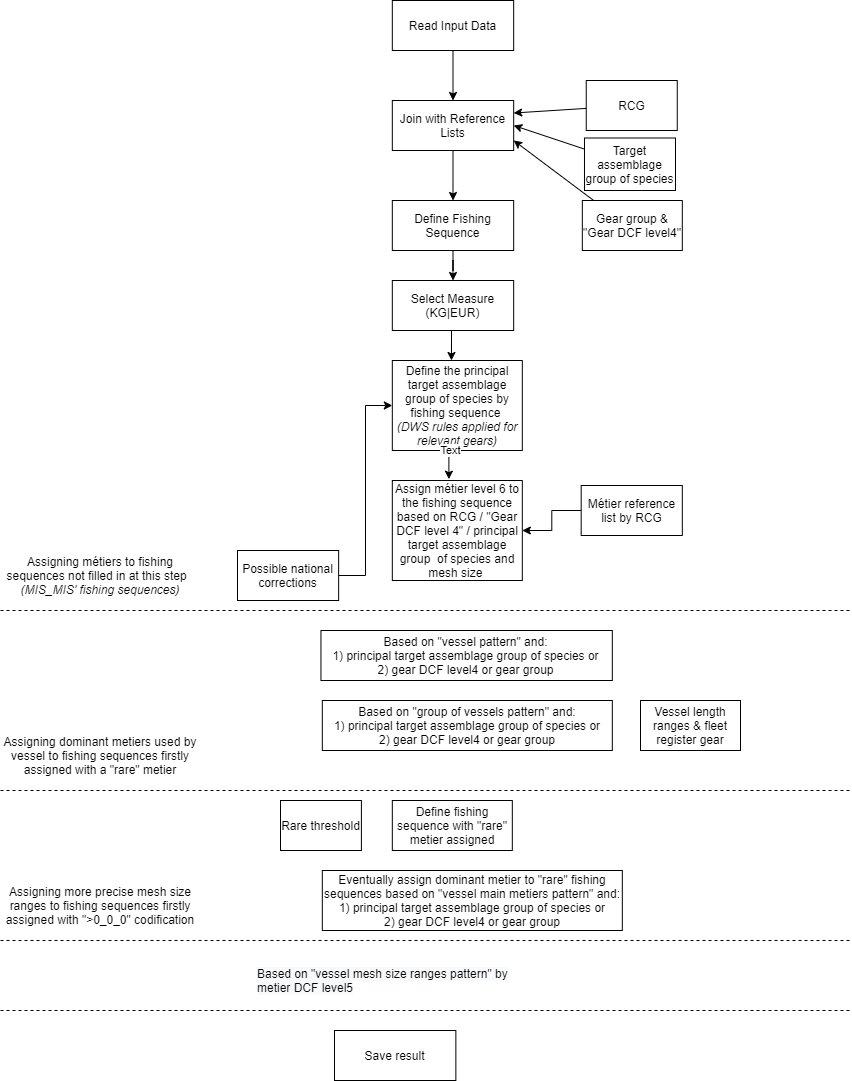
Earlier version of the draw.io export Metiers/Scripts/Manual/Metier_Workflow2.png (ices-eg/RCGs). Source tidied: cells renumbered, new cells last; positions are measured from the earlier drawing's top-left corner, leaving out a move shared by most shapes.
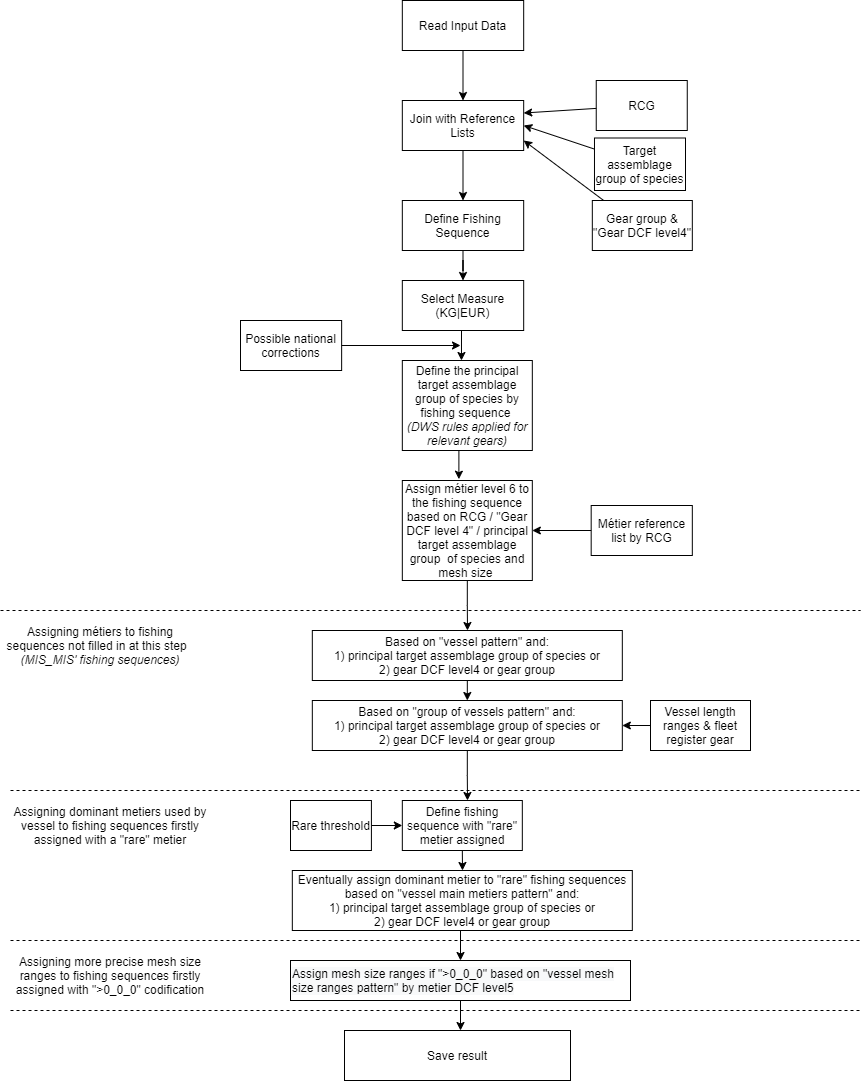
Above is the later version.

What changed in the source:
```diff
@@ -2,21 +2,12 @@
   <root>
     <mxCell id="0" />
     <mxCell id="1" parent="0" />
-    <mxCell id="2" value="Assigning métiers to fishing sequences not filled in at this step&amp;nbsp; &lt;br&gt;&lt;i&gt;(MIS_MIS' fishing sequences)&lt;/i&gt;" style="text;html=1;strokeColor=none;fillColor=none;align=center;verticalAlign=middle;whiteSpace=wrap;rounded=0;" parent="1" vertex="1">
-      <mxGeometry y="540" width="200" height="70" as="geometry" />
-    </mxCell>
-    <mxCell id="3" value="Assigning more precise mesh size ranges to fishing sequences firstly assigned with &quot;&amp;gt;0_0_0&quot; codification" style="text;html=1;strokeColor=none;fillColor=none;align=center;verticalAlign=middle;whiteSpace=wrap;rounded=0;" parent="1" vertex="1">
-      <mxGeometry y="870" width="200" height="70" as="geometry" />
-    </mxCell>
     <mxCell id="4" style="endArrow=none;dashed=1;html=1;" parent="1" edge="1">
       <mxGeometry relative="1" as="geometry">
         <mxPoint y="1010" as="sourcePoint" />
         <mxPoint x="850" y="1010" as="targetPoint" />
       </mxGeometry>
     </mxCell>
-    <mxCell id="5" value="Assigning dominant metiers used by vessel to fishing sequences firstly assigned with a &quot;rare&quot; metier" style="text;html=1;strokeColor=none;fillColor=none;align=center;verticalAlign=middle;whiteSpace=wrap;rounded=0;" parent="1" vertex="1">
-      <mxGeometry y="720" width="200" height="70" as="geometry" />
-    </mxCell>
     <mxCell id="6" style="group;" parent="1" vertex="1">
       <mxGeometry x="230" width="600" height="1080" as="geometry" />
     </mxCell>
@@ -26,6 +17,9 @@
     <mxCell id="8" value="Target assemblage group of species" style="rounded=0;whiteSpace=wrap;html=1;" parent="7" vertex="1">
       <mxGeometry x="354" y="137.5" width="91" height="52.5" as="geometry" />
     </mxCell>
+    <mxCell id="42" style="edgeStyle=orthogonalEdgeStyle;rounded=0;jettySize=auto;html=1;exitX=1;exitY=0.5;exitDx=0;exitDy=0;entryX=0;entryY=0.5;entryDx=0;entryDy=0;" parent="7" edge="1" source="9" target="22">
+      <mxGeometry relative="1" as="geometry" />
+    </mxCell>
     <mxCell id="9" value="Rare threshold" style="rounded=0;whiteSpace=wrap;html=1;" parent="7" vertex="1">
       <mxGeometry x="50" y="800" width="80.9" height="50" as="geometry" />
     </mxCell>
@@ -59,11 +53,14 @@
     <mxCell id="19" value="Assign métier level 6 to the fishing sequence based on RCG / &quot;Gear DCF level 4&quot; / principal target assemblage group&amp;nbsp; of species and mesh size&amp;nbsp;" style="rounded=0;whiteSpace=wrap;html=1;" parent="10" vertex="1">
       <mxGeometry y="480" width="130" height="100" as="geometry" />
     </mxCell>
+    <mxCell id="43" style="edgeStyle=orthogonalEdgeStyle;rounded=0;jettySize=auto;html=1;exitX=0.5;exitY=1;exitDx=0;exitDy=0;entryX=0.5;entryY=0;entryDx=0;entryDy=0;" parent="10" edge="1" source="20" target="21">
+      <mxGeometry relative="1" as="geometry" />
+    </mxCell>
     <mxCell id="20" value="Based on &quot;vessel pattern&quot; and:&lt;br&gt;1) principal target assemblage group of species or&lt;br&gt;2) gear DCF level4 or gear group" style="rounded=0;whiteSpace=wrap;html=1;" parent="10" vertex="1">
-      <mxGeometry x="-71.4" y="630" width="291.4" height="50" as="geometry" />
+      <mxGeometry x="-90" y="630" width="310" height="50" as="geometry" />
     </mxCell>
     <mxCell id="21" value="Based on &quot;group of vessels pattern&quot; and:&lt;br&gt;1) principal target assemblage group of species or&lt;br&gt;2) gear DCF level4 or gear group" style="rounded=0;whiteSpace=wrap;html=1;" parent="10" vertex="1">
-      <mxGeometry x="-70" y="700" width="290" height="50" as="geometry" />
+      <mxGeometry x="-90" y="700" width="310" height="50" as="geometry" />
     </mxCell>
     <mxCell id="22" value="Define fishing sequence with &quot;rare&quot; metier assigned" style="rounded=0;whiteSpace=wrap;html=1;" parent="10" vertex="1">
       <mxGeometry y="800" width="120" height="50" as="geometry" />
@@ -77,7 +74,7 @@
       </mxGeometry>
     </mxCell>
     <mxCell id="25" value="Métier reference list by RCG" style="rounded=0;whiteSpace=wrap;html=1;" parent="10" vertex="1">
-      <mxGeometry x="188.9" y="485" width="101.1" height="50" as="geometry" />
+      <mxGeometry x="188.9" y="505" width="101.1" height="50" as="geometry" />
     </mxCell>
     <mxCell id="26" style="edgeStyle=orthogonalEdgeStyle;rounded=0;jettySize=auto;html=1;" parent="10" edge="1" source="25" target="19">
       <mxGeometry relative="1" as="geometry" />
@@ -87,27 +84,30 @@
         <mxPoint x="59.2" y="450" as="sourcePoint" />
       </mxGeometry>
     </mxCell>
-    <mxCell id="28" value="Text" style="edgeLabel;html=1;align=center;verticalAlign=middle;" parent="27" vertex="1">
-      <mxGeometry x="-0.85" y="-1" relative="1" as="geometry" />
-    </mxCell>
-    <mxCell id="29" style="endArrow=none;dashed=1;html=1;exitX=0;exitY=1;exitDx=0;exitDy=0;" parent="10" edge="1" source="2">
+    <mxCell id="29" style="endArrow=none;dashed=1;html=1;exitX=0;exitY=1;exitDx=0;exitDy=0;" parent="10" edge="1">
       <mxGeometry relative="1" as="geometry">
+        <mxPoint x="-401.8" y="610" as="sourcePoint" />
         <mxPoint x="458.2" y="610" as="targetPoint" />
       </mxGeometry>
     </mxCell>
+    <mxCell id="44" style="edgeStyle=orthogonalEdgeStyle;rounded=0;jettySize=auto;html=1;exitX=0;exitY=0.5;exitDx=0;exitDy=0;entryX=1;entryY=0.5;entryDx=0;entryDy=0;" parent="10" edge="1" source="30" target="21">
+      <mxGeometry relative="1" as="geometry" />
+    </mxCell>
     <mxCell id="30" value="Vessel length ranges &amp;amp; fleet register gear" style="rounded=0;whiteSpace=wrap;html=1;" parent="10" vertex="1">
       <mxGeometry x="248.2" y="700" width="100" height="50" as="geometry" />
     </mxCell>
-    <mxCell id="31" style="endArrow=none;dashed=1;html=1;exitX=0;exitY=1;exitDx=0;exitDy=0;" parent="10" edge="1" source="5">
+    <mxCell id="31" style="endArrow=none;dashed=1;html=1;exitX=0;exitY=1;exitDx=0;exitDy=0;" parent="10" edge="1">
       <mxGeometry relative="1" as="geometry">
+        <mxPoint x="-391.8" y="790" as="sourcePoint" />
         <mxPoint x="458.2" y="790" as="targetPoint" />
       </mxGeometry>
     </mxCell>
     <mxCell id="32" value="Eventually assign dominant metier to &quot;rare&quot; fishing sequences based on &quot;vessel main metiers pattern&quot; and:&lt;br&gt;1) principal target assemblage group of species or&lt;br&gt;2) gear DCF level4 or gear group" style="rounded=0;whiteSpace=wrap;html=1;" parent="10" vertex="1">
-      <mxGeometry x="-70" y="870" width="300" height="60" as="geometry" />
+      <mxGeometry x="-110" y="870" width="340" height="60" as="geometry" />
     </mxCell>
-    <mxCell id="33" style="endArrow=none;dashed=1;html=1;exitX=0;exitY=1;exitDx=0;exitDy=0;" parent="10" edge="1" source="3">
+    <mxCell id="33" style="endArrow=none;dashed=1;html=1;exitX=0;exitY=1;exitDx=0;exitDy=0;" parent="10" edge="1">
       <mxGeometry relative="1" as="geometry">
+        <mxPoint x="-391.8" y="940" as="sourcePoint" />
         <mxPoint x="458.2" y="940" as="targetPoint" />
       </mxGeometry>
     </mxCell>
@@ -127,16 +127,50 @@
       <mxGeometry relative="1" as="geometry" />
     </mxCell>
     <mxCell id="38" value="Possible national corrections" style="rounded=0;whiteSpace=wrap;html=1;" parent="7" vertex="1">
-      <mxGeometry x="7" y="550" width="101.1" height="50" as="geometry" />
+      <mxGeometry y="320" width="101.1" height="50" as="geometry" />
     </mxCell>
-    <mxCell id="39" style="edgeStyle=orthogonalEdgeStyle;rounded=0;jettySize=auto;html=1;exitX=1;exitY=0.5;exitDx=0;exitDy=0;entryX=0;entryY=0.5;entryDx=0;entryDy=0;" parent="7" edge="1" source="38" target="18">
-      <mxGeometry relative="1" as="geometry" />
-    </mxCell>
     <mxCell id="40" value="Save result" style="rounded=0;whiteSpace=wrap;html=1;" parent="6" vertex="1">
-      <mxGeometry x="104" y="1030" width="121.4" height="50" as="geometry" />
+      <mxGeometry x="104" y="1030" width="226" height="50" as="geometry" />
     </mxCell>
-    <mxCell id="41" value="&lt;span style=&quot;color: rgb(0 , 0 , 0) ; font-family: &amp;#34;helvetica&amp;#34; ; font-size: 12px ; font-style: normal ; font-weight: 400 ; letter-spacing: normal ; text-align: center ; text-indent: 0px ; text-transform: none ; word-spacing: 0px ; background-color: rgb(248 , 249 , 250) ; display: inline ; float: none&quot;&gt;Based on &quot;vessel mesh size ranges pattern&quot; by metier DCF level5&lt;/span&gt;" style="text;whiteSpace=wrap;html=1;" parent="6" vertex="1">
-      <mxGeometry x="25" y="960" width="280" height="40" as="geometry" />
+    <mxCell id="41" value="&lt;span style=&quot;color: rgb(0 , 0 , 0) ; font-family: &amp;#34;helvetica&amp;#34; ; font-size: 12px ; font-style: normal ; font-weight: 400 ; letter-spacing: normal ; text-align: center ; text-indent: 0px ; text-transform: none ; word-spacing: 0px ; background-color: rgb(248 , 249 , 250) ; display: inline ; float: none&quot;&gt;Assign mesh size ranges if &quot;&amp;gt;0_0_0&quot; based on &quot;vessel mesh size ranges pattern&quot; by metier DCF level5&lt;/span&gt;" style="text;whiteSpace=wrap;html=1;fillColor=#FFFFFF;strokeColor=#000000;" parent="6" vertex="1">
+      <mxGeometry x="50" y="960" width="340" height="40" as="geometry" />
     </mxCell>
+    <mxCell id="45" style="edgeStyle=orthogonalEdgeStyle;rounded=0;jettySize=auto;html=1;exitX=0.5;exitY=1;exitDx=0;exitDy=0;entryX=0.5;entryY=0;entryDx=0;entryDy=0;" parent="6" edge="1" source="32" target="41">
+      <mxGeometry relative="1" as="geometry" />
+    </mxCell>
+    <mxCell id="46" style="edgeStyle=orthogonalEdgeStyle;rounded=0;jettySize=auto;html=1;exitX=0.5;exitY=1;exitDx=0;exitDy=0;" parent="1" edge="1" source="21">
+      <mxGeometry relative="1" as="geometry">
+        <mxPoint x="457" y="800" as="targetPoint" />
+      </mxGeometry>
+    </mxCell>
+    <mxCell id="47" style="edgeStyle=orthogonalEdgeStyle;rounded=0;jettySize=auto;html=1;exitX=0.5;exitY=1;exitDx=0;exitDy=0;" parent="1" edge="1" source="22">
+      <mxGeometry relative="1" as="geometry">
+        <mxPoint x="452" y="870" as="targetPoint" />
+      </mxGeometry>
+    </mxCell>
+    <mxCell id="2" value="Assigning métiers to fishing sequences not filled in at this step&amp;nbsp; &lt;br&gt;&lt;i&gt;(MIS_MIS' fishing sequences)&lt;/i&gt;" style="text;html=1;strokeColor=none;fillColor=none;align=center;verticalAlign=middle;whiteSpace=wrap;rounded=0;" parent="1" vertex="1">
+      <mxGeometry x="-10" y="610" width="200" height="70" as="geometry" />
+    </mxCell>
+    <mxCell id="5" value="Assigning dominant metiers used by vessel to fishing sequences firstly assigned with a &quot;rare&quot; metier" style="text;html=1;strokeColor=none;fillColor=none;align=center;verticalAlign=middle;whiteSpace=wrap;rounded=0;" parent="1" vertex="1">
+      <mxGeometry y="790" width="200" height="70" as="geometry" />
+    </mxCell>
+    <mxCell id="48" style="edgeStyle=orthogonalEdgeStyle;rounded=0;jettySize=auto;html=1;exitX=0.5;exitY=1;exitDx=0;exitDy=0;" parent="1" edge="1" source="19">
+      <mxGeometry relative="1" as="geometry">
+        <mxPoint x="457" y="630" as="targetPoint" />
+      </mxGeometry>
+    </mxCell>
+    <mxCell id="3" value="Assigning more precise mesh size ranges to fishing sequences firstly assigned with &quot;&amp;gt;0_0_0&quot; codification" style="text;html=1;strokeColor=none;fillColor=none;align=center;verticalAlign=middle;whiteSpace=wrap;rounded=0;" parent="1" vertex="1">
+      <mxGeometry y="940" width="200" height="70" as="geometry" />
+    </mxCell>
+    <mxCell id="49" style="edgeStyle=orthogonalEdgeStyle;rounded=0;jettySize=auto;html=1;exitX=0.5;exitY=1;exitDx=0;exitDy=0;" parent="1" edge="1" source="41">
+      <mxGeometry relative="1" as="geometry">
+        <mxPoint x="450" y="1030" as="targetPoint" />
+      </mxGeometry>
+    </mxCell>
+    <mxCell id="50" style="edgeStyle=orthogonalEdgeStyle;rounded=0;jettySize=auto;html=1;exitX=1;exitY=0.5;exitDx=0;exitDy=0;" parent="1" edge="1" source="38">
+      <mxGeometry relative="1" as="geometry">
+        <mxPoint x="450" y="345" as="targetPoint" />
+      </mxGeometry>
+    </mxCell>
   </root>
 </mxGraphModel>
```
